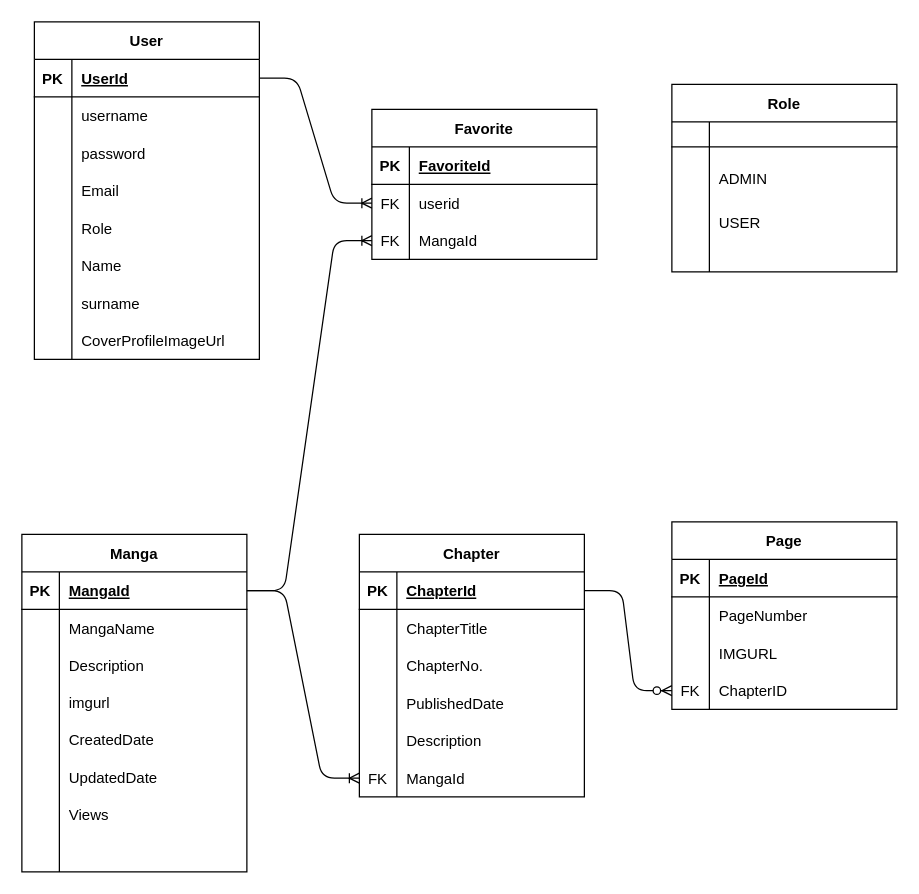
The draw.io diagram ERdiagram.drawio in Supakorn2539/MangaVerse, before the edit. Source tidied: cells renumbered, new cells numbered last; positions are measured from the earlier drawing's top-left corner, leaving out a move shared by most shapes. Both pictures are drawn from the tidied source at 125%, with x=0, y=0 at pixel (21, 21).
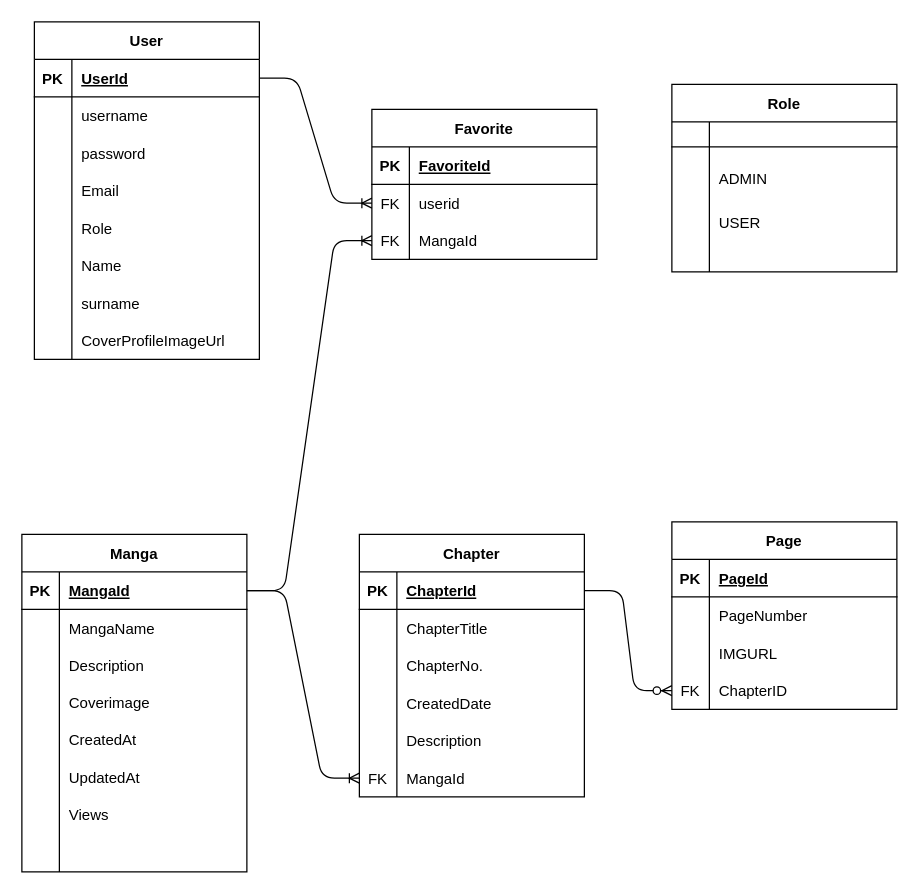
The same diagram, later.

The change refers to these unchanged cells:
```xml
<mxCell id="37" style="shape=tableRow;horizontal=0;startSize=0;swimlaneHead=0;swimlaneBody=0;fillColor=none;top=0;left=0;right=0;bottom=0;" parent="27" vertex="1">
  <mxGeometry y="120" width="180" height="30" as="geometry" />
</mxCell>
<mxCell id="40" style="shape=tableRow;horizontal=0;startSize=0;swimlaneHead=0;swimlaneBody=0;fillColor=none;top=0;left=0;right=0;bottom=0;" parent="27" vertex="1">
  <mxGeometry y="150" width="180" height="30" as="geometry" />
</mxCell>
<mxCell id="43" style="shape=tableRow;horizontal=0;startSize=0;swimlaneHead=0;swimlaneBody=0;fillColor=none;top=0;left=0;right=0;bottom=0;" parent="27" vertex="1">
  <mxGeometry y="180" width="180" height="30" as="geometry" />
</mxCell>
<mxCell id="63" style="shape=tableRow;horizontal=0;startSize=0;swimlaneHead=0;swimlaneBody=0;fillColor=none;top=0;left=0;right=0;bottom=0;" parent="53" vertex="1">
  <mxGeometry y="120" width="180" height="30" as="geometry" />
</mxCell>
```

The edit, as a diff of the source:
```diff
@@
-    <mxCell id="39" value="imgurl" style="shape=partialRectangle;fillColor=none;top=0;left=0;bottom=0;right=0;align=left;spacingLeft=6;overflow=hidden;whiteSpace=wrap;" parent="37" vertex="1">
+    <mxCell id="39" value="Coverimage" style="shape=partialRectangle;fillColor=none;top=0;left=0;bottom=0;right=0;align=left;spacingLeft=6;overflow=hidden;whiteSpace=wrap;" parent="37" vertex="1">
       <mxGeometry x="30" width="150" height="30" as="geometry" />
     </mxCell>
@@
-    <mxCell id="42" value="CreatedDate" style="shape=partialRectangle;fillColor=none;top=0;left=0;bottom=0;right=0;align=left;spacingLeft=6;overflow=hidden;whiteSpace=wrap;" parent="40" vertex="1">
+    <mxCell id="42" value="CreatedAt" style="shape=partialRectangle;fillColor=none;top=0;left=0;bottom=0;right=0;align=left;spacingLeft=6;overflow=hidden;whiteSpace=wrap;" parent="40" vertex="1">
       <mxGeometry x="30" width="150" height="30" as="geometry" />
     </mxCell>
@@
-    <mxCell id="45" value="UpdatedDate" style="shape=partialRectangle;fillColor=none;top=0;left=0;bottom=0;right=0;align=left;spacingLeft=6;overflow=hidden;whiteSpace=wrap;" parent="43" vertex="1">
+    <mxCell id="45" value="UpdatedAt" style="shape=partialRectangle;fillColor=none;top=0;left=0;bottom=0;right=0;align=left;spacingLeft=6;overflow=hidden;whiteSpace=wrap;" parent="43" vertex="1">
       <mxGeometry x="30" width="150" height="30" as="geometry" />
     </mxCell>
@@
-    <mxCell id="65" value="PublishedDate" style="shape=partialRectangle;fillColor=none;top=0;left=0;bottom=0;right=0;align=left;spacingLeft=6;overflow=hidden;" parent="63" vertex="1">
+    <mxCell id="65" value="CreatedDate" style="shape=partialRectangle;fillColor=none;top=0;left=0;bottom=0;right=0;align=left;spacingLeft=6;overflow=hidden;" parent="63" vertex="1">
       <mxGeometry x="30" width="150" height="30" as="geometry" />
     </mxCell>
```
